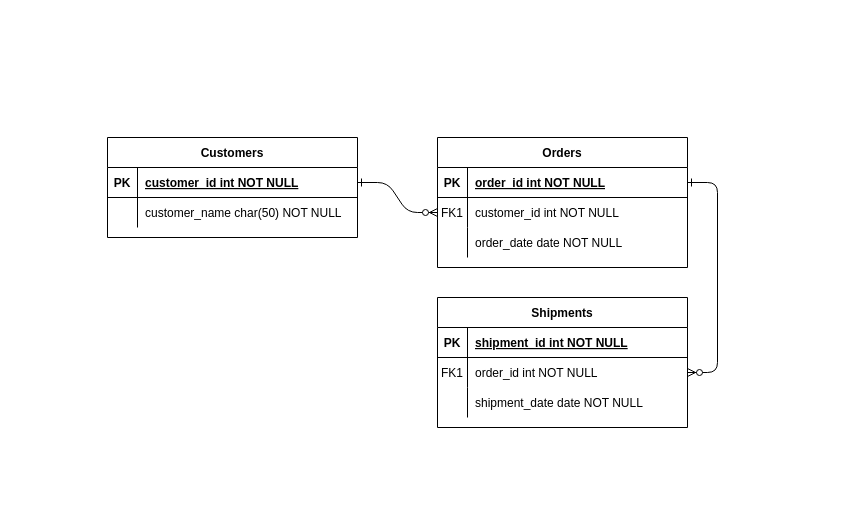
This is DiagramaWeb2.drawio from RodrigoCelso/mimedica, a draw.io file, before an edit. Source tidied: cells renumbered, new cells numbered last; positions are measured from the earlier drawing's top-left corner, leaving out a move shared by most shapes. Both pictures are drawn from the tidied source at 100%, with x=0, y=0 at pixel (107, 137).
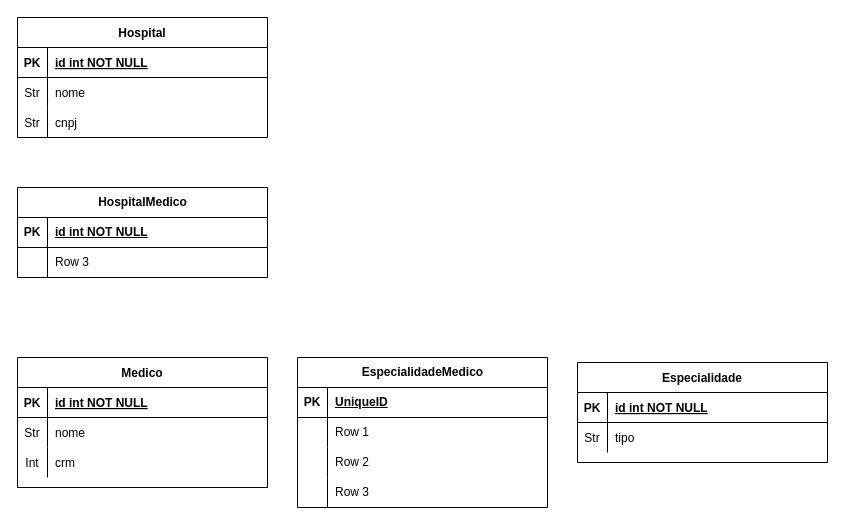
The same diagram, later.

Unchanged cells that the change refers to:
```xml
<mxCell id="5" style="shape=partialRectangle;fillColor=none;points=[[0,0.5],[1,0.5]];portConstraint=eastwest;top=0;left=0;right=0;bottom=1;" parent="4" vertex="1">
  <mxGeometry y="30" width="250" height="30" as="geometry" />
</mxCell>
<mxCell id="15" style="shape=partialRectangle;fillColor=none;top=0;left=0;right=0;bottom=1;" parent="14" vertex="1">
  <mxGeometry y="30" width="250" height="30" as="geometry" />
</mxCell>
<mxCell id="25" style="shape=partialRectangle;fillColor=none;points=[[0,0.5],[1,0.5]];portConstraint=eastwest;top=0;left=0;right=0;bottom=1;" parent="24" vertex="1">
  <mxGeometry y="30" width="250" height="30" as="geometry" />
</mxCell>
<mxCell id="28" style="shape=partialRectangle;fillColor=none;top=0;left=0;right=0;bottom=0;" parent="24" vertex="1">
  <mxGeometry y="60" width="250" height="30" as="geometry" />
</mxCell>
```

What changed in the source:
```diff
@@
-    <mxCell id="2" style="edgeStyle=entityRelationEdgeStyle;endArrow=ERzeroToMany;startArrow=ERone;endFill=1;startFill=0;" parent="1" edge="1" source="25" target="8">
-      <mxGeometry relative="1" as="geometry" />
-    </mxCell>
-    <mxCell id="3" style="edgeStyle=entityRelationEdgeStyle;endArrow=ERzeroToMany;startArrow=ERone;endFill=1;startFill=0;" parent="1" edge="1" source="5" target="18">
-      <mxGeometry relative="1" as="geometry" />
-    </mxCell>
-    <mxCell id="4" value="Orders" style="shape=table;startSize=30;childLayout=tableLayout;rowLines=0;fontStyle=1;align=center;" parent="1" vertex="1">
-      <mxGeometry x="330" width="250" height="130" as="geometry" />
+    <mxCell id="4" value="Medico" style="shape=table;startSize=30;childLayout=tableLayout;rowLines=0;fontStyle=1;align=center;" parent="1" vertex="1">
+      <mxGeometry x="-90" y="220" width="250" height="130" as="geometry" />
     </mxCell>
@@
-    <mxCell id="7" value="order_id int NOT NULL " style="shape=partialRectangle;overflow=hidden;fillColor=none;top=0;left=0;bottom=0;right=0;align=left;spacingLeft=6;fontStyle=5;" parent="5" vertex="1">
+    <mxCell id="7" value="id int NOT NULL " style="shape=partialRectangle;overflow=hidden;fillColor=none;top=0;left=0;bottom=0;right=0;align=left;spacingLeft=6;fontStyle=5;" parent="5" vertex="1">
       <mxGeometry x="30" width="220" height="30" as="geometry" />
     </mxCell>
-    <mxCell id="8" style="shape=partialRectangle;fillColor=none;points=[[0,0.5],[1,0.5]];portConstraint=eastwest;top=0;left=0;right=0;bottom=0;" parent="4" vertex="1">
-      <mxGeometry y="60" width="250" height="30" as="geometry" />
-    </mxCell>
-    <mxCell id="9" value="FK1" style="shape=partialRectangle;overflow=hidden;fillColor=none;top=0;left=0;bottom=0;right=0;" parent="8" vertex="1">
-      <mxGeometry width="30" height="30" as="geometry" />
-    </mxCell>
-    <mxCell id="10" value="customer_id int NOT NULL" style="shape=partialRectangle;overflow=hidden;fillColor=none;top=0;left=0;bottom=0;right=0;align=left;spacingLeft=6;" parent="8" vertex="1">
-      <mxGeometry x="30" width="220" height="30" as="geometry" />
-    </mxCell>
     <mxCell id="11" style="shape=partialRectangle;fillColor=none;top=0;left=0;right=0;bottom=0;" parent="4" vertex="1">
-      <mxGeometry y="90" width="250" height="30" as="geometry" />
+      <mxGeometry y="60" width="250" height="30" as="geometry" />
     </mxCell>
-    <mxCell id="12" style="shape=partialRectangle;overflow=hidden;fillColor=none;top=0;left=0;bottom=0;right=0;" parent="11" vertex="1">
+    <mxCell id="12" value="Str" style="shape=partialRectangle;overflow=hidden;fillColor=none;top=0;left=0;bottom=0;right=0;" parent="11" vertex="1">
       <mxGeometry width="30" height="30" as="geometry" />
     </mxCell>
-    <mxCell id="13" value="order_date date NOT NULL" style="shape=partialRectangle;overflow=hidden;fillColor=none;top=0;left=0;bottom=0;right=0;align=left;spacingLeft=6;" parent="11" vertex="1">
+    <mxCell id="13" value="nome" style="shape=partialRectangle;overflow=hidden;fillColor=none;top=0;left=0;bottom=0;right=0;align=left;spacingLeft=6;" parent="11" vertex="1">
       <mxGeometry x="30" width="220" height="30" as="geometry" />
     </mxCell>
+    <mxCell id="31" style="shape=tableRow;horizontal=0;startSize=0;swimlaneHead=0;swimlaneBody=0;fillColor=none;top=0;left=0;right=0;bottom=0;" parent="4" vertex="1">
+      <mxGeometry y="90" width="250" height="30" as="geometry" />
+    </mxCell>
+    <mxCell id="32" value="Int" style="shape=partialRectangle;fillColor=none;top=0;left=0;bottom=0;right=0;overflow=hidden;" parent="31" vertex="1">
+      <mxGeometry width="30" height="30" as="geometry" />
+    </mxCell>
+    <mxCell id="33" value="crm" style="shape=partialRectangle;fillColor=none;top=0;left=0;bottom=0;right=0;align=left;spacingLeft=6;overflow=hidden;" parent="31" vertex="1">
+      <mxGeometry x="30" width="220" height="30" as="geometry" />
+    </mxCell>
-    <mxCell id="14" value="Shipments" style="shape=table;startSize=30;childLayout=tableLayout;rowLines=0;fontStyle=1;align=center;" parent="1" vertex="1">
-      <mxGeometry x="330" y="160" width="250" height="130" as="geometry" />
+    <mxCell id="14" value="Especialidade" style="shape=table;startSize=30;childLayout=tableLayout;rowLines=0;fontStyle=1;align=center;" parent="1" vertex="1">
+      <mxGeometry x="470" y="225" width="250" height="100" as="geometry" />
     </mxCell>
@@
-    <mxCell id="17" value="shipment_id int NOT NULL " style="shape=partialRectangle;overflow=hidden;fillColor=none;top=0;left=0;bottom=0;right=0;align=left;spacingLeft=6;fontStyle=5;" parent="15" vertex="1">
+    <mxCell id="17" value="id int NOT NULL" style="shape=partialRectangle;overflow=hidden;fillColor=none;top=0;left=0;bottom=0;right=0;align=left;spacingLeft=6;fontStyle=5;" parent="15" vertex="1">
       <mxGeometry x="30" width="220" height="30" as="geometry" />
     </mxCell>
-    <mxCell id="18" style="shape=partialRectangle;fillColor=none;points=[[0,0.5],[1,0.5]];portConstraint=eastwest;top=0;left=0;right=0;bottom=0;" parent="14" vertex="1">
-      <mxGeometry y="60" width="250" height="30" as="geometry" />
-    </mxCell>
-    <mxCell id="19" value="FK1" style="shape=partialRectangle;overflow=hidden;fillColor=none;top=0;left=0;bottom=0;right=0;" parent="18" vertex="1">
-      <mxGeometry width="30" height="30" as="geometry" />
-    </mxCell>
-    <mxCell id="20" value="order_id int NOT NULL" style="shape=partialRectangle;overflow=hidden;fillColor=none;top=0;left=0;bottom=0;right=0;align=left;spacingLeft=6;" parent="18" vertex="1">
-      <mxGeometry x="30" width="220" height="30" as="geometry" />
-    </mxCell>
     <mxCell id="21" style="shape=partialRectangle;fillColor=none;top=0;left=0;right=0;bottom=0;" parent="14" vertex="1">
-      <mxGeometry y="90" width="250" height="30" as="geometry" />
+      <mxGeometry y="60" width="250" height="30" as="geometry" />
     </mxCell>
-    <mxCell id="22" style="shape=partialRectangle;overflow=hidden;fillColor=none;top=0;left=0;bottom=0;right=0;" parent="21" vertex="1">
+    <mxCell id="22" value="Str" style="shape=partialRectangle;overflow=hidden;fillColor=none;top=0;left=0;bottom=0;right=0;" parent="21" vertex="1">
       <mxGeometry width="30" height="30" as="geometry" />
     </mxCell>
-    <mxCell id="23" value="shipment_date date NOT NULL" style="shape=partialRectangle;overflow=hidden;fillColor=none;top=0;left=0;bottom=0;right=0;align=left;spacingLeft=6;" parent="21" vertex="1">
+    <mxCell id="23" value="tipo" style="shape=partialRectangle;overflow=hidden;fillColor=none;top=0;left=0;bottom=0;right=0;align=left;spacingLeft=6;" parent="21" vertex="1">
       <mxGeometry x="30" width="220" height="30" as="geometry" />
     </mxCell>
-    <mxCell id="24" value="Customers" style="shape=table;startSize=30;childLayout=tableLayout;rowLines=0;fontStyle=1;align=center;" parent="1" vertex="1">
-      <mxGeometry width="250" height="100" as="geometry" />
+    <mxCell id="24" value="Hospital" style="shape=table;startSize=30;childLayout=tableLayout;rowLines=0;fontStyle=1;align=center;" parent="1" vertex="1">
+      <mxGeometry x="-90" y="-120" width="250" height="120" as="geometry" />
     </mxCell>
@@
-    <mxCell id="27" value="customer_id int NOT NULL " style="shape=partialRectangle;overflow=hidden;fillColor=none;top=0;left=0;bottom=0;right=0;align=left;spacingLeft=6;fontStyle=5;" parent="25" vertex="1">
+    <mxCell id="27" value="id int NOT NULL " style="shape=partialRectangle;overflow=hidden;fillColor=none;top=0;left=0;bottom=0;right=0;align=left;spacingLeft=6;fontStyle=5;" parent="25" vertex="1">
       <mxGeometry x="30" width="220" height="30" as="geometry" />
     </mxCell>
@@
-    <mxCell id="29" style="shape=partialRectangle;overflow=hidden;fillColor=none;top=0;left=0;bottom=0;right=0;" parent="28" vertex="1">
+    <mxCell id="29" value="Str" style="shape=partialRectangle;overflow=hidden;fillColor=none;top=0;left=0;bottom=0;right=0;" parent="28" vertex="1">
       <mxGeometry width="30" height="30" as="geometry" />
     </mxCell>
-    <mxCell id="30" value="customer_name char(50) NOT NULL" style="shape=partialRectangle;overflow=hidden;fillColor=none;top=0;left=0;bottom=0;right=0;align=left;spacingLeft=6;" parent="28" vertex="1">
+    <mxCell id="30" value="nome" style="shape=partialRectangle;overflow=hidden;fillColor=none;top=0;left=0;bottom=0;right=0;align=left;spacingLeft=6;" parent="28" vertex="1">
       <mxGeometry x="30" width="220" height="30" as="geometry" />
     </mxCell>
+    <mxCell id="34" style="shape=tableRow;horizontal=0;startSize=0;swimlaneHead=0;swimlaneBody=0;fillColor=none;top=0;left=0;right=0;bottom=0;" parent="24" vertex="1">
+      <mxGeometry y="90" width="250" height="30" as="geometry" />
+    </mxCell>
+    <mxCell id="35" value="Str" style="shape=partialRectangle;fillColor=none;top=0;left=0;bottom=0;right=0;overflow=hidden;" parent="34" vertex="1">
+      <mxGeometry width="30" height="30" as="geometry" />
+    </mxCell>
+    <mxCell id="36" value="cnpj" style="shape=partialRectangle;fillColor=none;top=0;left=0;bottom=0;right=0;align=left;spacingLeft=6;overflow=hidden;" parent="34" vertex="1">
+      <mxGeometry x="30" width="220" height="30" as="geometry" />
+    </mxCell>
+    <mxCell id="37" value="HospitalMedico" style="shape=table;startSize=30;childLayout=tableLayout;rowLines=0;fontStyle=1;align=center;html=1;" parent="1" vertex="1">
+      <mxGeometry x="-90" y="50" width="250" height="90" as="geometry" />
+    </mxCell>
+    <mxCell id="38" style="shape=tableRow;horizontal=0;startSize=0;swimlaneHead=0;swimlaneBody=0;fillColor=none;top=0;left=0;right=0;bottom=1;" parent="37" vertex="1">
+      <mxGeometry y="30" width="250" height="30" as="geometry" />
+    </mxCell>
+    <mxCell id="39" value="PK" style="shape=partialRectangle;fillColor=none;top=0;left=0;bottom=0;right=0;fontStyle=1;overflow=hidden;whiteSpace=wrap;html=1;" parent="38" vertex="1">
+      <mxGeometry width="30" height="30" as="geometry" />
+    </mxCell>
+    <mxCell id="40" value="id int NOT NULL" style="shape=partialRectangle;fillColor=none;top=0;left=0;bottom=0;right=0;align=left;spacingLeft=6;fontStyle=5;overflow=hidden;whiteSpace=wrap;html=1;" parent="38" vertex="1">
+      <mxGeometry x="30" width="220" height="30" as="geometry" />
+    </mxCell>
+    <mxCell id="41" style="shape=tableRow;horizontal=0;startSize=0;swimlaneHead=0;swimlaneBody=0;fillColor=none;top=0;left=0;right=0;bottom=0;" parent="37" vertex="1">
+      <mxGeometry y="60" width="250" height="30" as="geometry" />
+    </mxCell>
+    <mxCell id="42" style="shape=partialRectangle;fillColor=none;top=0;left=0;bottom=0;right=0;overflow=hidden;whiteSpace=wrap;html=1;" parent="41" vertex="1">
+      <mxGeometry width="30" height="30" as="geometry" />
+    </mxCell>
+    <mxCell id="43" value="Row 3" style="shape=partialRectangle;fillColor=none;top=0;left=0;bottom=0;right=0;align=left;spacingLeft=6;overflow=hidden;whiteSpace=wrap;html=1;" parent="41" vertex="1">
+      <mxGeometry x="30" width="220" height="30" as="geometry" />
+    </mxCell>
+    <mxCell id="44" value="EspecialidadeMedico" style="shape=table;startSize=30;childLayout=tableLayout;rowLines=0;fontStyle=1;align=center;html=1;" parent="1" vertex="1">
+      <mxGeometry x="190" y="220" width="250" height="150" as="geometry" />
+    </mxCell>
+    <mxCell id="45" style="shape=tableRow;horizontal=0;startSize=0;swimlaneHead=0;swimlaneBody=0;fillColor=none;top=0;left=0;right=0;bottom=1;" parent="44" vertex="1">
+      <mxGeometry y="30" width="250" height="30" as="geometry" />
+    </mxCell>
+    <mxCell id="46" value="PK" style="shape=partialRectangle;fillColor=none;top=0;left=0;bottom=0;right=0;fontStyle=1;overflow=hidden;whiteSpace=wrap;html=1;" parent="45" vertex="1">
+      <mxGeometry width="30" height="30" as="geometry" />
+    </mxCell>
+    <mxCell id="47" value="UniqueID" style="shape=partialRectangle;fillColor=none;top=0;left=0;bottom=0;right=0;align=left;spacingLeft=6;fontStyle=5;overflow=hidden;whiteSpace=wrap;html=1;" parent="45" vertex="1">
+      <mxGeometry x="30" width="220" height="30" as="geometry" />
+    </mxCell>
+    <mxCell id="48" style="shape=tableRow;horizontal=0;startSize=0;swimlaneHead=0;swimlaneBody=0;fillColor=none;top=0;left=0;right=0;bottom=0;" parent="44" vertex="1">
+      <mxGeometry y="60" width="250" height="30" as="geometry" />
+    </mxCell>
+    <mxCell id="49" style="shape=partialRectangle;fillColor=none;top=0;left=0;bottom=0;right=0;overflow=hidden;whiteSpace=wrap;html=1;" parent="48" vertex="1">
+      <mxGeometry width="30" height="30" as="geometry" />
+    </mxCell>
+    <mxCell id="50" value="Row 1" style="shape=partialRectangle;fillColor=none;top=0;left=0;bottom=0;right=0;align=left;spacingLeft=6;overflow=hidden;whiteSpace=wrap;html=1;" parent="48" vertex="1">
+      <mxGeometry x="30" width="220" height="30" as="geometry" />
+    </mxCell>
+    <mxCell id="51" style="shape=tableRow;horizontal=0;startSize=0;swimlaneHead=0;swimlaneBody=0;fillColor=none;top=0;left=0;right=0;bottom=0;" parent="44" vertex="1">
+      <mxGeometry y="90" width="250" height="30" as="geometry" />
+    </mxCell>
+    <mxCell id="52" style="shape=partialRectangle;fillColor=none;top=0;left=0;bottom=0;right=0;overflow=hidden;whiteSpace=wrap;html=1;" parent="51" vertex="1">
+      <mxGeometry width="30" height="30" as="geometry" />
+    </mxCell>
+    <mxCell id="53" value="Row 2" style="shape=partialRectangle;fillColor=none;top=0;left=0;bottom=0;right=0;align=left;spacingLeft=6;overflow=hidden;whiteSpace=wrap;html=1;" parent="51" vertex="1">
+      <mxGeometry x="30" width="220" height="30" as="geometry" />
+    </mxCell>
+    <mxCell id="54" style="shape=tableRow;horizontal=0;startSize=0;swimlaneHead=0;swimlaneBody=0;fillColor=none;top=0;left=0;right=0;bottom=0;" parent="44" vertex="1">
+      <mxGeometry y="120" width="250" height="30" as="geometry" />
+    </mxCell>
+    <mxCell id="55" style="shape=partialRectangle;fillColor=none;top=0;left=0;bottom=0;right=0;overflow=hidden;whiteSpace=wrap;html=1;" parent="54" vertex="1">
+      <mxGeometry width="30" height="30" as="geometry" />
+    </mxCell>
+    <mxCell id="56" value="Row 3" style="shape=partialRectangle;fillColor=none;top=0;left=0;bottom=0;right=0;align=left;spacingLeft=6;overflow=hidden;whiteSpace=wrap;html=1;" parent="54" vertex="1">
+      <mxGeometry x="30" width="220" height="30" as="geometry" />
+    </mxCell>
```
